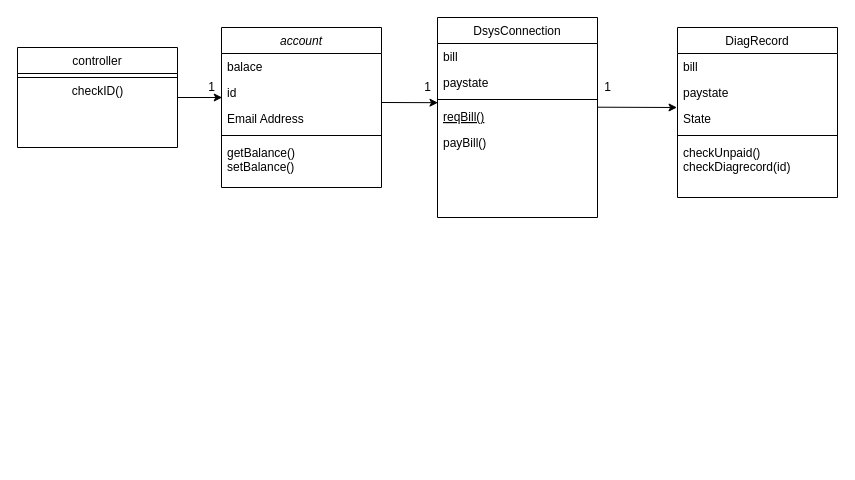
yhb1834/Smart-Health-Prediction-System keeps this draw.io diagram as patient/05.classdiagram/UC4diagram.drawio. Above is the earlier version. Source tidied: cells renumbered, new cells numbered last; positions are measured from the earlier drawing's top-left corner, leaving out a move shared by most shapes. Both pictures are drawn from the tidied source at 100%, with x=0, y=0 at pixel (17, 17).
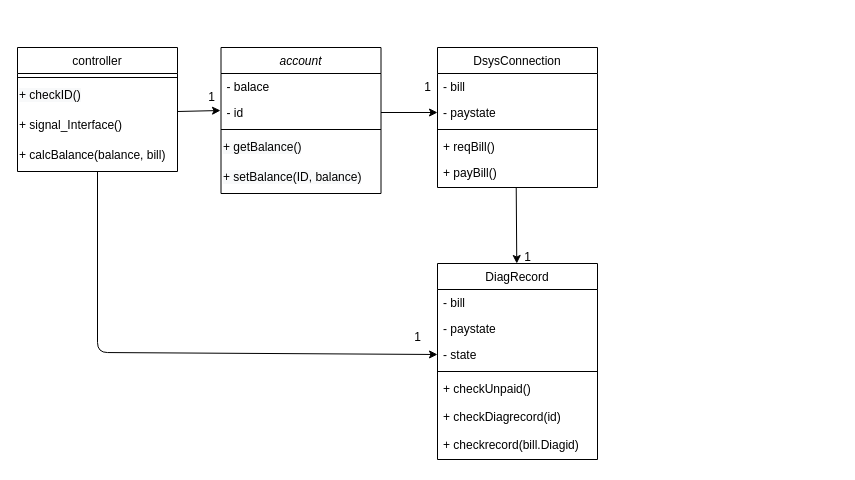
After the change.

What changed in the source:
```diff
@@
     <mxCell id="2" value="account" style="swimlane;fontStyle=2;align=center;verticalAlign=top;horizontal=1;startSize=26;rounded=0;shadow=0;strokeWidth=1;" parent="1" vertex="1">
-      <mxGeometry x="204" y="10" width="160" height="160" as="geometry" />
+      <mxGeometry x="203.5" y="30" width="160" height="146" as="geometry" />
     </mxCell>
-    <mxCell id="3" value="balace" style="text;align=left;verticalAlign=top;spacingLeft=4;spacingRight=4;overflow=hidden;" parent="2" vertex="1">
+    <mxCell id="3" value="- balace" style="text;align=left;verticalAlign=top;spacingLeft=4;spacingRight=4;overflow=hidden;" parent="2" vertex="1">
       <mxGeometry y="26" width="160" height="26" as="geometry" />
     </mxCell>
-    <mxCell id="4" value="id" style="text;align=left;verticalAlign=top;spacingLeft=4;spacingRight=4;overflow=hidden;points=[[0,0.5],[1,0.5]];portConstraint=eastwest;rounded=0;shadow=0;html=0;" parent="2" vertex="1">
+    <mxCell id="4" value="- id" style="text;align=left;verticalAlign=top;spacingLeft=4;spacingRight=4;overflow=hidden;points=[[0,0.5],[1,0.5]];portConstraint=eastwest;rounded=0;shadow=0;html=0;" parent="2" vertex="1">
       <mxGeometry y="52" width="160" height="26" as="geometry" />
     </mxCell>
-    <mxCell id="5" value="Email Address" style="text;align=left;verticalAlign=top;spacingLeft=4;spacingRight=4;overflow=hidden;rounded=0;shadow=0;html=0;" parent="2" vertex="1">
-      <mxGeometry y="78" width="160" height="26" as="geometry" />
-    </mxCell>
     <mxCell id="6" style="line;html=1;strokeWidth=1;align=left;verticalAlign=middle;spacingTop=-1;spacingLeft=3;spacingRight=3;labelPosition=right;" parent="2" vertex="1">
-      <mxGeometry y="104" width="160" height="8" as="geometry" />
+      <mxGeometry y="78" width="160" height="8" as="geometry" />
     </mxCell>
-    <mxCell id="7" value="getBalance()&#10;setBalance()&#10;" style="text;align=left;verticalAlign=top;spacingLeft=4;spacingRight=4;overflow=hidden;" parent="2" vertex="1">
-      <mxGeometry y="112" width="160" height="38" as="geometry" />
-    </mxCell>
+    <mxCell id="29" value="&lt;span style=&quot;color: rgb(0, 0, 0); font-family: helvetica; font-size: 12px; font-style: normal; font-weight: 400; letter-spacing: normal; text-align: left; text-indent: 0px; text-transform: none; word-spacing: 0px; background-color: rgb(248, 249, 250); display: inline; float: none;&quot;&gt;+ getBalance()&lt;/span&gt;" style="text;whiteSpace=wrap;html=1;" parent="2" vertex="1">
+      <mxGeometry y="86" width="160" height="30" as="geometry" />
+    </mxCell>
+    <mxCell id="30" value="&lt;span style=&quot;color: rgb(0 , 0 , 0) ; font-family: &amp;#34;helvetica&amp;#34; ; font-size: 12px ; font-style: normal ; font-weight: 400 ; letter-spacing: normal ; text-align: left ; text-indent: 0px ; text-transform: none ; word-spacing: 0px ; background-color: rgb(248 , 249 , 250) ; display: inline ; float: none&quot;&gt;+ setBalance(ID, balance)&lt;/span&gt;" style="text;whiteSpace=wrap;html=1;" parent="2" vertex="1">
+      <mxGeometry y="116" width="160" height="30" as="geometry" />
+    </mxCell>
     <mxCell id="8" value="DsysConnection" style="swimlane;fontStyle=0;align=center;verticalAlign=top;horizontal=1;startSize=26;rounded=0;shadow=0;strokeWidth=1;" parent="1" vertex="1">
-      <mxGeometry x="420" width="160" height="200" as="geometry" />
+      <mxGeometry x="420" y="30" width="160" height="140" as="geometry" />
     </mxCell>
-    <mxCell id="9" value="bill" style="text;align=left;verticalAlign=top;spacingLeft=4;spacingRight=4;overflow=hidden;" parent="8" vertex="1">
+    <mxCell id="9" value="- bill" style="text;align=left;verticalAlign=top;spacingLeft=4;spacingRight=4;overflow=hidden;" parent="8" vertex="1">
       <mxGeometry y="26" width="160" height="26" as="geometry" />
     </mxCell>
-    <mxCell id="10" value="paystate" style="text;align=left;verticalAlign=top;spacingLeft=4;spacingRight=4;overflow=hidden;points=[[0,0.5],[1,0.5]];portConstraint=eastwest;rounded=0;shadow=0;html=0;" parent="8" vertex="1">
+    <mxCell id="10" value="- paystate" style="text;align=left;verticalAlign=top;spacingLeft=4;spacingRight=4;overflow=hidden;points=[[0,0.5],[1,0.5]];portConstraint=eastwest;rounded=0;shadow=0;html=0;" parent="8" vertex="1">
       <mxGeometry y="52" width="160" height="26" as="geometry" />
     </mxCell>
@@
-    <mxCell id="12" value="reqBill()" style="text;align=left;verticalAlign=top;spacingLeft=4;spacingRight=4;overflow=hidden;points=[[0,0.5],[1,0.5]];portConstraint=eastwest;fontStyle=4;" parent="8" vertex="1">
+    <mxCell id="12" value="+ reqBill()" style="text;align=left;verticalAlign=top;spacingLeft=4;spacingRight=4;overflow=hidden;points=[[0,0.5],[1,0.5]];portConstraint=eastwest;fontStyle=0;" parent="8" vertex="1">
       <mxGeometry y="86" width="160" height="26" as="geometry" />
     </mxCell>
-    <mxCell id="13" value="payBill()&#10;" style="text;align=left;verticalAlign=top;spacingLeft=4;spacingRight=4;overflow=hidden;points=[[0,0.5],[1,0.5]];portConstraint=eastwest;" parent="8" vertex="1">
-      <mxGeometry y="112" width="160" height="88" as="geometry" />
+    <mxCell id="13" value="+ payBill()" style="text;align=left;verticalAlign=top;spacingLeft=4;spacingRight=4;overflow=hidden;points=[[0,0.5],[1,0.5]];portConstraint=eastwest;" parent="8" vertex="1">
+      <mxGeometry y="112" width="160" height="28" as="geometry" />
     </mxCell>
     <mxCell id="14" value="controller" style="swimlane;fontStyle=0;align=center;verticalAlign=top;horizontal=1;startSize=26;rounded=0;shadow=0;strokeWidth=1;" parent="1" vertex="1">
-      <mxGeometry y="30" width="160" height="100" as="geometry" />
+      <mxGeometry y="30" width="160" height="124" as="geometry" />
     </mxCell>
@@
-    <mxCell id="16" value="checkID()&lt;br&gt;" style="text;html=1;align=center;verticalAlign=middle;strokeColor=none;" parent="14" vertex="1">
-      <mxGeometry y="34" width="160" height="20" as="geometry" />
-    </mxCell>
+    <mxCell id="31" value="&lt;span style=&quot;color: rgb(0 , 0 , 0) ; font-family: &amp;#34;helvetica&amp;#34; ; font-size: 12px ; font-style: normal ; font-weight: 400 ; letter-spacing: normal ; text-align: left ; text-indent: 0px ; text-transform: none ; word-spacing: 0px ; background-color: rgb(248 , 249 , 250) ; display: inline ; float: none&quot;&gt;+ checkID()&lt;/span&gt;" style="text;whiteSpace=wrap;html=1;" parent="14" vertex="1">
+      <mxGeometry y="34" width="160" height="30" as="geometry" />
+    </mxCell>
+    <mxCell id="32" value="&lt;font face=&quot;helvetica&quot;&gt;+ signal_Interface()&lt;/font&gt;" style="text;whiteSpace=wrap;html=1;" parent="14" vertex="1">
+      <mxGeometry y="64" width="160" height="30" as="geometry" />
+    </mxCell>
+    <mxCell id="33" value="&lt;font face=&quot;helvetica&quot;&gt;+ calcBalance(balance, bill)&lt;/font&gt;" style="text;whiteSpace=wrap;html=1;" parent="14" vertex="1">
+      <mxGeometry y="94" width="160" height="30" as="geometry" />
+    </mxCell>
     <mxCell id="17" value="DiagRecord" style="swimlane;fontStyle=0;align=center;verticalAlign=top;horizontal=1;startSize=26;rounded=0;shadow=0;strokeWidth=1;" parent="1" vertex="1">
-      <mxGeometry x="660" y="10" width="160" height="170" as="geometry" />
+      <mxGeometry x="420" y="246" width="160" height="196" as="geometry" />
     </mxCell>
-    <mxCell id="18" value="bill" style="text;align=left;verticalAlign=top;spacingLeft=4;spacingRight=4;overflow=hidden;" parent="17" vertex="1">
+    <mxCell id="18" value="- bill" style="text;align=left;verticalAlign=top;spacingLeft=4;spacingRight=4;overflow=hidden;" parent="17" vertex="1">
       <mxGeometry y="26" width="160" height="26" as="geometry" />
     </mxCell>
-    <mxCell id="19" value="paystate" style="text;align=left;verticalAlign=top;spacingLeft=4;spacingRight=4;overflow=hidden;rounded=0;shadow=0;html=0;" parent="17" vertex="1">
+    <mxCell id="19" value="- paystate" style="text;align=left;verticalAlign=top;spacingLeft=4;spacingRight=4;overflow=hidden;rounded=0;shadow=0;html=0;" parent="17" vertex="1">
       <mxGeometry y="52" width="160" height="26" as="geometry" />
     </mxCell>
-    <mxCell id="20" value="State" style="text;align=left;verticalAlign=top;spacingLeft=4;spacingRight=4;overflow=hidden;points=[[0,0.5],[1,0.5]];portConstraint=eastwest;rounded=0;shadow=0;html=0;" parent="17" vertex="1">
+    <mxCell id="20" value="- state" style="text;align=left;verticalAlign=top;spacingLeft=4;spacingRight=4;overflow=hidden;points=[[0,0.5],[1,0.5]];portConstraint=eastwest;rounded=0;shadow=0;html=0;" parent="17" vertex="1">
       <mxGeometry y="78" width="160" height="26" as="geometry" />
     </mxCell>
@@
-    <mxCell id="22" value="checkUnpaid()&#10;checkDiagrecord(id)&#10;" style="text;align=left;verticalAlign=top;spacingLeft=4;spacingRight=4;overflow=hidden;" parent="17" vertex="1">
-      <mxGeometry y="112" width="160" height="58" as="geometry" />
+    <mxCell id="22" value="+ checkUnpaid()" style="text;align=left;verticalAlign=top;spacingLeft=4;spacingRight=4;overflow=hidden;" parent="17" vertex="1">
+      <mxGeometry y="112" width="160" height="28" as="geometry" />
     </mxCell>
+    <mxCell id="34" value="+ checkDiagrecord(id)" style="text;align=left;verticalAlign=top;spacingLeft=4;spacingRight=4;overflow=hidden;" parent="17" vertex="1">
+      <mxGeometry y="140" width="160" height="28" as="geometry" />
+    </mxCell>
+    <mxCell id="35" value="+ checkrecord(bill.Diagid)" style="text;align=left;verticalAlign=top;spacingLeft=4;spacingRight=4;overflow=hidden;" parent="17" vertex="1">
+      <mxGeometry y="168" width="160" height="28" as="geometry" />
+    </mxCell>
-    <mxCell id="23" style="endArrow=classic;html=1;exitX=1;exitY=0.5;exitDx=0;exitDy=0;entryX=1.035;entryY=1;entryDx=0;entryDy=0;entryPerimeter=0;" parent="1" edge="1" source="14" target="24">
-      <mxGeometry relative="1" as="geometry" />
+    <mxCell id="23" style="endArrow=classic;html=1;exitX=1;exitY=1;exitDx=0;exitDy=0;" parent="1" edge="1" source="31">
+      <mxGeometry relative="1" as="geometry">
+        <mxPoint x="203" y="93" as="targetPoint" />
+      </mxGeometry>
     </mxCell>
     <mxCell id="24" value="1" style="text;html=1;align=center;verticalAlign=middle;points=[];strokeColor=none;" parent="1" vertex="1">
-      <mxGeometry x="184" y="60" width="20" height="20" as="geometry" />
+      <mxGeometry x="184" y="70" width="20" height="20" as="geometry" />
     </mxCell>
-    <mxCell id="25" style="endArrow=classic;html=1;entryX=0.003;entryY=-0.031;entryDx=0;entryDy=0;entryPerimeter=0;" parent="1" edge="1" target="12">
-      <mxGeometry relative="1" as="geometry">
-        <mxPoint x="364" y="85" as="sourcePoint" />
-      </mxGeometry>
+    <mxCell id="25" style="endArrow=classic;html=1;entryX=0;entryY=0.5;entryDx=0;entryDy=0;exitX=1;exitY=0.5;exitDx=0;exitDy=0;" parent="1" edge="1" source="4" target="10">
+      <mxGeometry relative="1" as="geometry" />
     </mxCell>
@@
-    <mxCell id="27" style="endArrow=classic;html=1;entryX=-0.003;entryY=0.077;entryDx=0;entryDy=0;entryPerimeter=0;exitX=1.002;exitY=0.142;exitDx=0;exitDy=0;exitPerimeter=0;" parent="1" edge="1" source="12" target="20">
+    <mxCell id="27" style="endArrow=classic;html=1;exitX=0.492;exitY=1.002;exitDx=0;exitDy=0;exitPerimeter=0;" parent="1" edge="1" source="13" target="17">
       <mxGeometry relative="1" as="geometry" />
     </mxCell>
     <mxCell id="28" value="1" style="text;html=1;align=center;verticalAlign=middle;strokeColor=none;" parent="1" vertex="1">
-      <mxGeometry x="580" y="60" width="20" height="20" as="geometry" />
+      <mxGeometry x="500" y="230" width="20" height="20" as="geometry" />
     </mxCell>
+    <mxCell id="36" style="endArrow=classic;html=1;exitX=0.5;exitY=1;exitDx=0;exitDy=0;entryX=0;entryY=0.5;entryDx=0;entryDy=0;" parent="1" edge="1" source="33" target="20">
+      <mxGeometry relative="1" as="geometry">
+        <Array as="points">
+          <mxPoint x="80" y="335" />
+        </Array>
+      </mxGeometry>
+    </mxCell>
+    <mxCell id="37" value="1" style="text;html=1;align=center;verticalAlign=middle;strokeColor=none;" parent="1" vertex="1">
+      <mxGeometry x="390" y="310" width="20" height="20" as="geometry" />
+    </mxCell>
```
